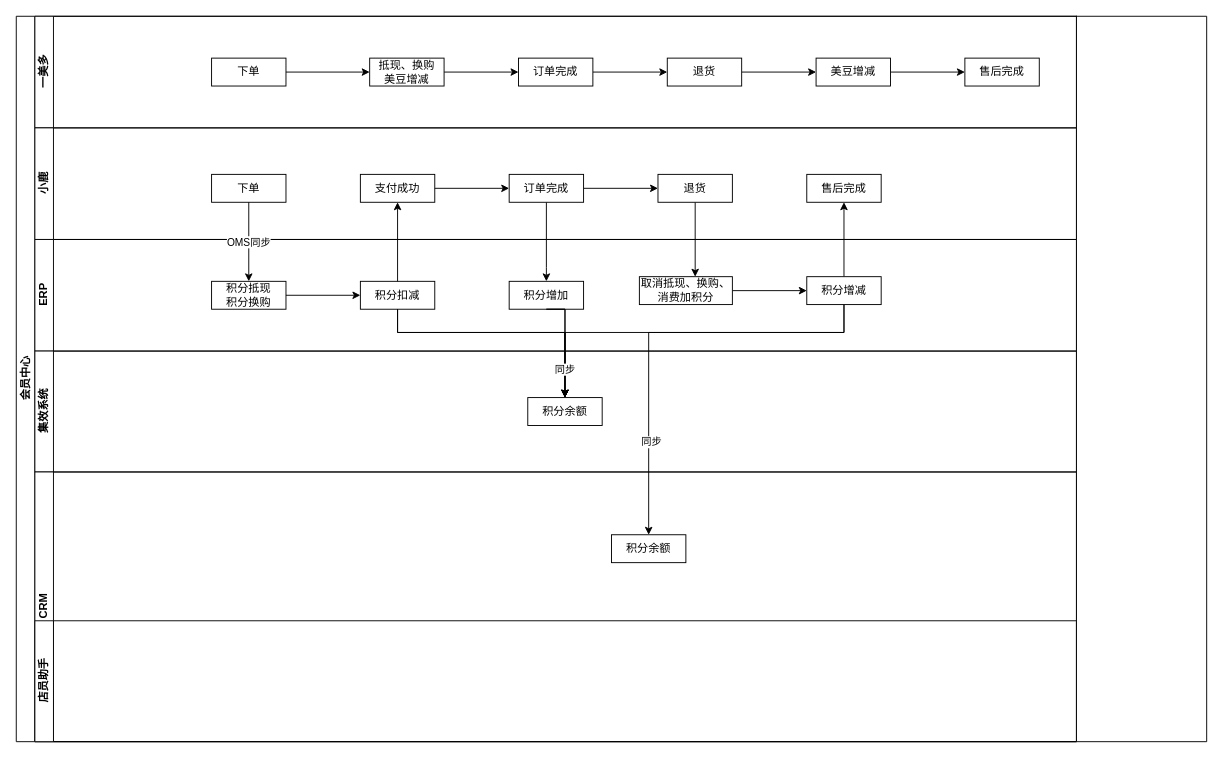
Before: page "Page-1" (1 of 4) of 会员.drawio in JustDoItHilary/HilarysTraining, a draw.io diagram. Source tidied: cells renumbered, new cells numbered last; positions are measured from the earlier drawing's top-left corner, leaving out a move shared by most shapes. Both pictures are drawn from the tidied source at 93%, with x=0, y=0 at pixel (16, 16).
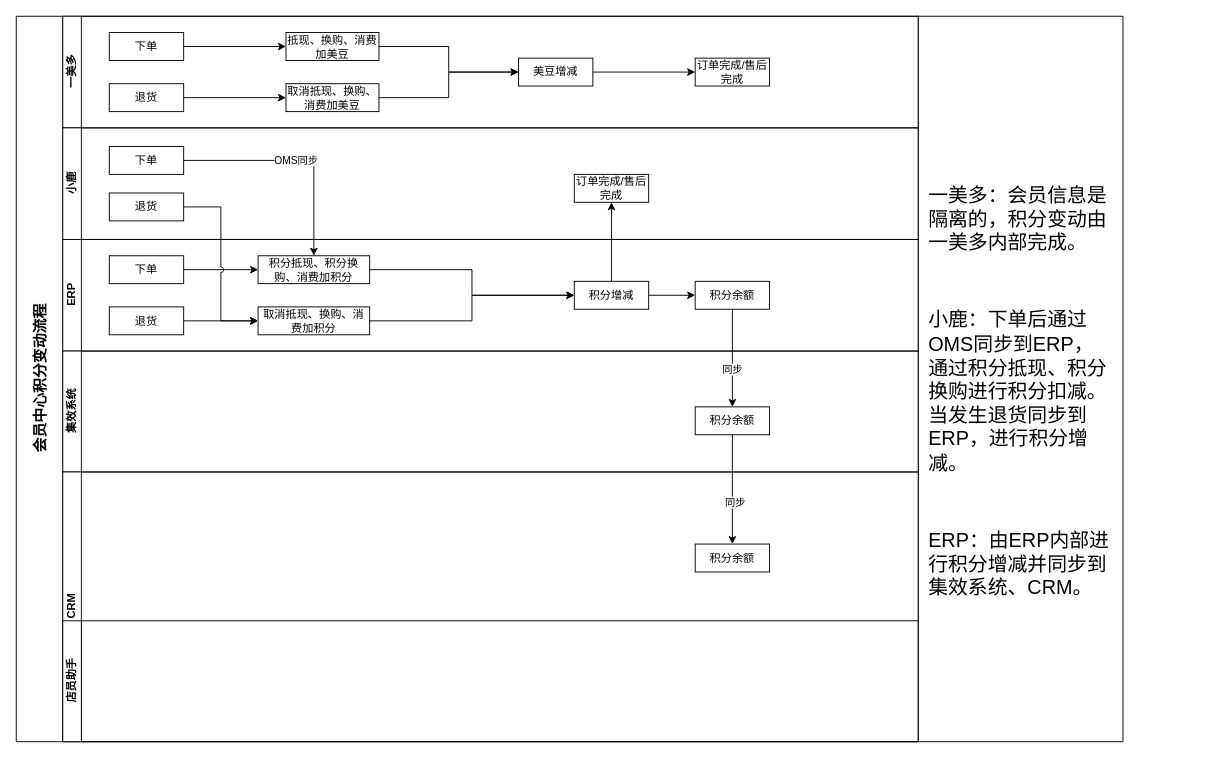
Above is the later version.

The edit, as a diff of the source:
```diff
@@
-    <mxCell id="2" value="会员中心" style="swimlane;html=1;horizontal=0;startSize=20;" parent="1" vertex="1">
-      <mxGeometry width="1140" height="780" as="geometry" />
+    <mxCell id="2" value="&lt;font style=&quot;font-size: 16px&quot;&gt;会员中心积分变动流程&lt;/font&gt;" style="swimlane;html=1;horizontal=0;startSize=50;" parent="1" vertex="1">
+      <mxGeometry width="970" height="780" as="geometry" />
     </mxCell>
     <mxCell id="3" value="一美多" style="swimlane;html=1;startSize=20;horizontal=0;" parent="2" vertex="1">
-      <mxGeometry x="20" width="1120" height="120" as="geometry" />
+      <mxGeometry x="50" width="920" height="120" as="geometry" />
     </mxCell>
     <mxCell id="4" value="下单" style="rounded=0;whiteSpace=wrap;html=1;" parent="3" vertex="1">
-      <mxGeometry x="190" y="45" width="80" height="30" as="geometry" />
+      <mxGeometry x="50" y="17.5" width="80" height="30" as="geometry" />
     </mxCell>
+    <mxCell id="52" style="edgeStyle=orthogonalEdgeStyle;rounded=0;jettySize=auto;html=1;exitX=1;exitY=0.5;exitDx=0;exitDy=0;entryX=0;entryY=0.5;entryDx=0;entryDy=0;strokeColor=#000000;strokeWidth=1;fontColor=#007FFF;" parent="3" edge="1" source="53" target="54">
+      <mxGeometry relative="1" as="geometry" />
+    </mxCell>
+    <mxCell id="53" value="退货" style="rounded=0;whiteSpace=wrap;html=1;" parent="3" vertex="1">
+      <mxGeometry x="50" y="72.5" width="80" height="30" as="geometry" />
+    </mxCell>
+    <mxCell id="24" value="抵现、换购、消费加美豆" style="rounded=0;whiteSpace=wrap;html=1;" parent="3" vertex="1">
+      <mxGeometry x="240" y="17.5" width="100" height="30" as="geometry" />
+    </mxCell>
+    <mxCell id="22" style="edgeStyle=orthogonalEdgeStyle;rounded=0;jettySize=auto;html=1;" parent="3" edge="1" source="4" target="24">
+      <mxGeometry relative="1" as="geometry" />
+    </mxCell>
+    <mxCell id="54" value="取消抵现、换购、消费加美豆" style="rounded=0;whiteSpace=wrap;html=1;" parent="3" vertex="1">
+      <mxGeometry x="240" y="72.5" width="100" height="30" as="geometry" />
+    </mxCell>
+    <mxCell id="31" value="订单完成/售后完成" style="rounded=0;whiteSpace=wrap;html=1;" parent="3" vertex="1">
+      <mxGeometry x="680" y="45" width="80" height="30" as="geometry" />
+    </mxCell>
     <mxCell id="5" value="小鹿" style="swimlane;html=1;startSize=20;horizontal=0;" parent="2" vertex="1">
-      <mxGeometry x="20" y="120" width="1120" height="120" as="geometry" />
+      <mxGeometry x="50" y="120" width="920" height="120" as="geometry" />
     </mxCell>
     <mxCell id="6" value="下单" style="rounded=0;whiteSpace=wrap;html=1;" parent="5" vertex="1">
-      <mxGeometry x="190" y="50" width="80" height="30" as="geometry" />
+      <mxGeometry x="50" y="20" width="80" height="30" as="geometry" />
     </mxCell>
-    <mxCell id="7" value="支付成功" style="rounded=0;whiteSpace=wrap;html=1;" parent="5" vertex="1">
-      <mxGeometry x="350" y="50" width="80" height="30" as="geometry" />
-    </mxCell>
+    <mxCell id="55" value="订单完成/售后完成" style="rounded=0;whiteSpace=wrap;html=1;" parent="5" vertex="1">
+      <mxGeometry x="550" y="50" width="80" height="30" as="geometry" />
+    </mxCell>
+    <mxCell id="37" value="退货" style="rounded=0;whiteSpace=wrap;html=1;" parent="5" vertex="1">
+      <mxGeometry x="50" y="70" width="80" height="30" as="geometry" />
+    </mxCell>
+    <mxCell id="18" value="OMS同步" style="edgeStyle=orthogonalEdgeStyle;rounded=0;jettySize=auto;html=1;" parent="2" edge="1" source="6" target="10">
+      <mxGeometry relative="1" as="geometry" />
+    </mxCell>
+    <mxCell id="19" style="edgeStyle=orthogonalEdgeStyle;rounded=0;jettySize=auto;html=1;exitX=0.5;exitY=0;exitDx=0;exitDy=0;entryX=0.5;entryY=1;entryDx=0;entryDy=0;" parent="2" edge="1" source="11" target="55">
+      <mxGeometry relative="1" as="geometry" />
+    </mxCell>
     <mxCell id="8" value="ERP" style="swimlane;html=1;startSize=20;horizontal=0;" parent="2" vertex="1">
-      <mxGeometry x="20" y="240" width="1120" height="120" as="geometry" />
+      <mxGeometry x="50" y="240" width="920" height="120" as="geometry" />
     </mxCell>
-    <mxCell id="9" value="积分增加" style="rounded=0;whiteSpace=wrap;html=1;" parent="8" vertex="1">
-      <mxGeometry x="510" y="45" width="80" height="30" as="geometry" />
-    </mxCell>
-    <mxCell id="10" value="积分抵现&lt;br&gt;积分换购" style="rounded=0;whiteSpace=wrap;html=1;" parent="8" vertex="1">
-      <mxGeometry x="190" y="45" width="80" height="30" as="geometry" />
+    <mxCell id="10" value="积分抵现、积分换购、消费加积分" style="rounded=0;whiteSpace=wrap;html=1;" parent="8" vertex="1">
+      <mxGeometry x="210" y="17.5" width="120" height="30" as="geometry" />
     </mxCell>
-    <mxCell id="11" value="积分扣减" style="rounded=0;whiteSpace=wrap;html=1;" parent="8" vertex="1">
-      <mxGeometry x="350" y="45" width="80" height="30" as="geometry" />
+    <mxCell id="11" value="积分增减" style="rounded=0;whiteSpace=wrap;html=1;" parent="8" vertex="1">
+      <mxGeometry x="550" y="45" width="80" height="30" as="geometry" />
     </mxCell>
-    <mxCell id="12" style="edgeStyle=orthogonalEdgeStyle;rounded=0;jettySize=auto;html=1;" parent="8" edge="1" source="10" target="11">
+    <mxCell id="12" style="edgeStyle=orthogonalEdgeStyle;rounded=0;jettySize=auto;html=1;entryX=0;entryY=0.5;entryDx=0;entryDy=0;exitX=1;exitY=0.5;exitDx=0;exitDy=0;" parent="8" edge="1" source="10" target="11">
       <mxGeometry relative="1" as="geometry" />
     </mxCell>
+    <mxCell id="39" value="取消抵现、换购、消费加积分" style="rounded=0;whiteSpace=wrap;html=1;" parent="8" vertex="1">
+      <mxGeometry x="210" y="72.5" width="120" height="30" as="geometry" />
+    </mxCell>
+    <mxCell id="56" style="edgeStyle=orthogonalEdgeStyle;rounded=0;jettySize=auto;html=1;exitX=1;exitY=0.5;exitDx=0;exitDy=0;entryX=0;entryY=0.5;entryDx=0;entryDy=0;strokeColor=#000000;strokeWidth=1;fontColor=#007FFF;" parent="8" edge="1" source="39" target="11">
+      <mxGeometry relative="1" as="geometry" />
+    </mxCell>
+    <mxCell id="57" value="积分余额" style="rounded=0;whiteSpace=wrap;html=1;" parent="8" vertex="1">
+      <mxGeometry x="680" y="45" width="80" height="30" as="geometry" />
+    </mxCell>
+    <mxCell id="58" style="edgeStyle=orthogonalEdgeStyle;rounded=0;jettySize=auto;html=1;strokeColor=#000000;strokeWidth=1;fontColor=#007FFF;" parent="8" edge="1" source="11" target="57">
+      <mxGeometry relative="1" as="geometry" />
+    </mxCell>
+    <mxCell id="59" style="edgeStyle=orthogonalEdgeStyle;rounded=0;jettySize=auto;html=1;exitX=1;exitY=0.5;exitDx=0;exitDy=0;entryX=0;entryY=0.5;entryDx=0;entryDy=0;startSize=50;strokeWidth=1;fontColor=#007FFF;" parent="8" edge="1" source="60" target="10">
+      <mxGeometry relative="1" as="geometry" />
+    </mxCell>
+    <mxCell id="60" value="下单" style="rounded=0;whiteSpace=wrap;html=1;" parent="8" vertex="1">
+      <mxGeometry x="50" y="17.5" width="80" height="30" as="geometry" />
+    </mxCell>
+    <mxCell id="61" style="edgeStyle=orthogonalEdgeStyle;rounded=0;jettySize=auto;html=1;exitX=1;exitY=0.5;exitDx=0;exitDy=0;entryX=0;entryY=0.5;entryDx=0;entryDy=0;startSize=50;strokeWidth=1;fontColor=#007FFF;" parent="8" edge="1" source="62" target="39">
+      <mxGeometry relative="1" as="geometry" />
+    </mxCell>
+    <mxCell id="62" value="退货" style="rounded=0;whiteSpace=wrap;html=1;" parent="8" vertex="1">
+      <mxGeometry x="50" y="72.5" width="80" height="30" as="geometry" />
+    </mxCell>
     <mxCell id="13" value="集效系统" style="swimlane;html=1;startSize=20;horizontal=0;" parent="2" vertex="1">
-      <mxGeometry x="20" y="360" width="1120" height="130" as="geometry" />
+      <mxGeometry x="50" y="360" width="920" height="130" as="geometry" />
     </mxCell>
     <mxCell id="14" value="积分余额" style="rounded=0;whiteSpace=wrap;html=1;" parent="13" vertex="1">
-      <mxGeometry x="530" y="50" width="80" height="30" as="geometry" />
+      <mxGeometry x="680" y="60" width="80" height="30" as="geometry" />
     </mxCell>
     <mxCell id="15" value="CRM" style="swimlane;html=1;startSize=20;horizontal=0;" parent="2" vertex="1">
-      <mxGeometry x="20" y="490" width="1120" height="290" as="geometry" />
+      <mxGeometry x="50" y="490" width="920" height="290" as="geometry" />
     </mxCell>
     <mxCell id="16" value="积分余额" style="rounded=0;whiteSpace=wrap;html=1;" parent="15" vertex="1">
-      <mxGeometry x="620" y="67.5" width="80" height="30" as="geometry" />
+      <mxGeometry x="680" y="77.5" width="80" height="30" as="geometry" />
     </mxCell>
     <mxCell id="17" value="店员助手" style="swimlane;html=1;startSize=20;horizontal=0;" parent="15" vertex="1">
-      <mxGeometry y="160" width="1120" height="130" as="geometry" />
+      <mxGeometry y="160" width="920" height="130" as="geometry" />
     </mxCell>
-    <mxCell id="18" value="OMS同步" style="edgeStyle=orthogonalEdgeStyle;rounded=0;jettySize=auto;html=1;" parent="2" edge="1" source="6" target="10">
-      <mxGeometry relative="1" as="geometry" />
-    </mxCell>
-    <mxCell id="19" style="edgeStyle=orthogonalEdgeStyle;rounded=0;jettySize=auto;html=1;" parent="2" edge="1" source="11" target="7">
-      <mxGeometry relative="1" as="geometry" />
-    </mxCell>
-    <mxCell id="20" style="edgeStyle=orthogonalEdgeStyle;rounded=0;jettySize=auto;html=1;entryX=0.5;entryY=0;entryDx=0;entryDy=0;" parent="2" edge="1" source="11" target="14">
-      <mxGeometry relative="1" as="geometry">
-        <Array as="points">
-          <mxPoint x="410" y="340" />
-          <mxPoint x="590" y="340" />
-        </Array>
-      </mxGeometry>
-    </mxCell>
-    <mxCell id="21" style="edgeStyle=orthogonalEdgeStyle;rounded=0;jettySize=auto;html=1;exitX=0.5;exitY=1;exitDx=0;exitDy=0;entryX=0.5;entryY=0;entryDx=0;entryDy=0;" parent="2" edge="1" source="9" target="14">
-      <mxGeometry relative="1" as="geometry">
-        <Array as="points">
-          <mxPoint x="590" y="315" />
-        </Array>
-      </mxGeometry>
-    </mxCell>
-    <mxCell id="22" style="edgeStyle=orthogonalEdgeStyle;rounded=0;jettySize=auto;html=1;" parent="1" edge="1" source="4" target="24">
-      <mxGeometry relative="1" as="geometry" />
-    </mxCell>
+    <mxCell id="63" style="edgeStyle=orthogonalEdgeStyle;rounded=0;jettySize=auto;html=1;exitX=0.5;exitY=1;exitDx=0;exitDy=0;strokeColor=#000000;strokeWidth=1;fontColor=#007FFF;" parent="2" edge="1" source="14" target="16">
+      <mxGeometry relative="1" as="geometry" />
+    </mxCell>
+    <mxCell id="64" value="&lt;font color=&quot;#000000&quot;&gt;同步&lt;/font&gt;" style="edgeLabel;html=1;align=center;verticalAlign=middle;fontColor=#007FFF;" parent="63" vertex="1">
+      <mxGeometry x="0.22" y="2" relative="1" as="geometry" />
+    </mxCell>
+    <mxCell id="65" value="&lt;font color=&quot;#000000&quot;&gt;同步&lt;/font&gt;" style="edgeStyle=orthogonalEdgeStyle;rounded=0;jettySize=auto;html=1;exitX=0.5;exitY=1;exitDx=0;exitDy=0;entryX=0.5;entryY=0;entryDx=0;entryDy=0;strokeColor=#000000;strokeWidth=1;fontColor=#007FFF;" parent="2" edge="1" source="57" target="14">
+      <mxGeometry x="0.24" relative="1" as="geometry" />
+    </mxCell>
+    <mxCell id="36" style="edgeStyle=orthogonalEdgeStyle;rounded=0;jettySize=auto;html=1;exitX=1;exitY=0.5;exitDx=0;exitDy=0;entryX=0;entryY=0.5;entryDx=0;entryDy=0;startSize=50;strokeColor=#000000;strokeWidth=1;fontColor=#007FFF;noJump=0;flowAnimation=0;comic=0;backgroundOutline=0;fixDash=0;snapToPoint=0;shadow=0;sketch=0;jumpStyle=arc;" parent="2" edge="1" source="37" target="39">
+      <mxGeometry relative="1" as="geometry" />
+    </mxCell>
@@
-    <mxCell id="24" value="抵现、换购&lt;br&gt;美豆增减" style="rounded=0;whiteSpace=wrap;html=1;" parent="1" vertex="1">
-      <mxGeometry x="380" y="45" width="80" height="30" as="geometry" />
-    </mxCell>
-    <mxCell id="25" style="edgeStyle=orthogonalEdgeStyle;rounded=0;jettySize=auto;html=1;" parent="1" edge="1" source="26" target="28">
-      <mxGeometry relative="1" as="geometry" />
-    </mxCell>
-    <mxCell id="26" value="订单完成" style="rounded=0;whiteSpace=wrap;html=1;" parent="1" vertex="1">
+    <mxCell id="26" value="美豆增减" style="rounded=0;whiteSpace=wrap;html=1;" parent="1" vertex="1">
       <mxGeometry x="540" y="45" width="80" height="30" as="geometry" />
     </mxCell>
-    <mxCell id="27" style="edgeStyle=orthogonalEdgeStyle;rounded=0;jettySize=auto;html=1;" parent="1" edge="1" source="28" target="30">
-      <mxGeometry relative="1" as="geometry" />
-    </mxCell>
-    <mxCell id="28" value="退货" style="rounded=0;whiteSpace=wrap;html=1;" parent="1" vertex="1">
-      <mxGeometry x="700" y="45" width="80" height="30" as="geometry" />
-    </mxCell>
-    <mxCell id="29" style="edgeStyle=orthogonalEdgeStyle;rounded=0;jettySize=auto;html=1;" parent="1" edge="1" source="30" target="31">
-      <mxGeometry relative="1" as="geometry" />
-    </mxCell>
-    <mxCell id="30" value="美豆增减" style="rounded=0;whiteSpace=wrap;html=1;" parent="1" vertex="1">
-      <mxGeometry x="860" y="45" width="80" height="30" as="geometry" />
-    </mxCell>
-    <mxCell id="31" value="售后完成" style="rounded=0;whiteSpace=wrap;html=1;" parent="1" vertex="1">
-      <mxGeometry x="1020" y="45" width="80" height="30" as="geometry" />
-    </mxCell>
-    <mxCell id="32" style="edgeStyle=orthogonalEdgeStyle;rounded=0;jettySize=auto;html=1;" parent="1" edge="1" source="34" target="9">
-      <mxGeometry relative="1" as="geometry">
-        <Array as="points">
-          <mxPoint x="570" y="270" />
-          <mxPoint x="570" y="270" />
-        </Array>
-      </mxGeometry>
-    </mxCell>
-    <mxCell id="33" style="edgeStyle=orthogonalEdgeStyle;rounded=0;jettySize=auto;html=1;" parent="1" edge="1" source="34" target="37">
-      <mxGeometry relative="1" as="geometry" />
-    </mxCell>
-    <mxCell id="34" value="订单完成" style="rounded=0;whiteSpace=wrap;html=1;" parent="1" vertex="1">
-      <mxGeometry x="530" y="170" width="80" height="30" as="geometry" />
-    </mxCell>
-    <mxCell id="35" style="edgeStyle=orthogonalEdgeStyle;rounded=0;jettySize=auto;html=1;" parent="1" edge="1" source="7" target="34">
-      <mxGeometry relative="1" as="geometry" />
-    </mxCell>
-    <mxCell id="36" style="edgeStyle=orthogonalEdgeStyle;rounded=0;jettySize=auto;html=1;" parent="1" edge="1" source="37" target="39">
-      <mxGeometry relative="1" as="geometry">
-        <Array as="points">
-          <mxPoint x="730" y="240" />
-          <mxPoint x="730" y="240" />
-        </Array>
-      </mxGeometry>
-    </mxCell>
-    <mxCell id="37" value="退货" style="rounded=0;whiteSpace=wrap;html=1;" parent="1" vertex="1">
-      <mxGeometry x="690" y="170" width="80" height="30" as="geometry" />
-    </mxCell>
-    <mxCell id="38" style="edgeStyle=orthogonalEdgeStyle;rounded=0;jettySize=auto;html=1;" parent="1" edge="1" source="39" target="42">
-      <mxGeometry relative="1" as="geometry" />
-    </mxCell>
-    <mxCell id="39" value="取消抵现、换购、消费加积分" style="rounded=0;whiteSpace=wrap;html=1;" parent="1" vertex="1">
-      <mxGeometry x="670" y="280" width="100" height="30" as="geometry" />
-    </mxCell>
-    <mxCell id="40" style="edgeStyle=orthogonalEdgeStyle;rounded=0;jettySize=auto;html=1;" parent="1" edge="1" source="42" target="43">
-      <mxGeometry relative="1" as="geometry" />
-    </mxCell>
-    <mxCell id="41" style="edgeStyle=orthogonalEdgeStyle;rounded=0;jettySize=auto;html=1;exitX=0.5;exitY=1;exitDx=0;exitDy=0;entryX=0.5;entryY=0;entryDx=0;entryDy=0;" parent="1" edge="1" source="42" target="14">
-      <mxGeometry relative="1" as="geometry">
-        <Array as="points">
-          <mxPoint x="890" y="340" />
-          <mxPoint x="590" y="340" />
-        </Array>
-      </mxGeometry>
-    </mxCell>
-    <mxCell id="42" value="积分增减" style="rounded=0;whiteSpace=wrap;html=1;" parent="1" vertex="1">
-      <mxGeometry x="850" y="280" width="80" height="30" as="geometry" />
-    </mxCell>
-    <mxCell id="43" value="售后完成" style="rounded=0;whiteSpace=wrap;html=1;" parent="1" vertex="1">
-      <mxGeometry x="850" y="170" width="80" height="30" as="geometry" />
-    </mxCell>
-    <mxCell id="44" style="edgeStyle=orthogonalEdgeStyle;rounded=0;orthogonalLoop=1;jettySize=auto;html=1;entryX=0.5;entryY=0;entryDx=0;entryDy=0;" parent="1" edge="1">
-      <mxGeometry relative="1" as="geometry">
-        <mxPoint x="410" y="315" as="sourcePoint" />
-        <mxPoint x="590" y="410" as="targetPoint" />
-        <Array as="points">
-          <mxPoint x="410" y="340" />
-          <mxPoint x="590" y="340" />
-        </Array>
-      </mxGeometry>
-    </mxCell>
-    <mxCell id="45" style="edgeStyle=orthogonalEdgeStyle;rounded=0;orthogonalLoop=1;jettySize=auto;html=1;exitX=0.5;exitY=1;exitDx=0;exitDy=0;entryX=0.5;entryY=0;entryDx=0;entryDy=0;" parent="1" edge="1">
-      <mxGeometry relative="1" as="geometry">
-        <mxPoint x="570" y="315" as="sourcePoint" />
-        <mxPoint x="590" y="410" as="targetPoint" />
-        <Array as="points">
-          <mxPoint x="590" y="315" />
-        </Array>
-      </mxGeometry>
-    </mxCell>
-    <mxCell id="46" value="同步" style="edgeLabel;html=1;align=center;verticalAlign=middle;" parent="45" vertex="1">
-      <mxGeometry x="0.48" y="-1" relative="1" as="geometry">
-        <mxPoint y="-1" as="offset" />
-      </mxGeometry>
-    </mxCell>
-    <mxCell id="47" style="edgeStyle=orthogonalEdgeStyle;rounded=0;jettySize=auto;html=1;exitX=0.5;exitY=1;exitDx=0;exitDy=0;entryX=0.5;entryY=0;entryDx=0;entryDy=0;" parent="1" edge="1" target="16">
-      <mxGeometry relative="1" as="geometry">
-        <mxPoint x="890" y="310" as="sourcePoint" />
-        <Array as="points">
-          <mxPoint x="890" y="340" />
-          <mxPoint x="680" y="340" />
-        </Array>
-      </mxGeometry>
-    </mxCell>
-    <mxCell id="48" value="同步" style="edgeLabel;html=1;align=center;verticalAlign=middle;" parent="47" vertex="1">
-      <mxGeometry x="0.56" y="2" relative="1" as="geometry" />
-    </mxCell>
     <mxCell id="49" style="shape=table;html=1;whiteSpace=wrap;startSize=0;childLayout=tableLayout;" parent="1" vertex="1">
-      <mxGeometry x="1140" width="140" height="780" as="geometry" />
+      <mxGeometry x="970" width="220" height="780" as="geometry" />
     </mxCell>
     <mxCell id="50" style="shape=partialRectangle;html=1;whiteSpace=wrap;fillColor=none;top=0;left=0;bottom=0;right=0;" parent="49" vertex="1">
-      <mxGeometry width="140" height="780" as="geometry" />
+      <mxGeometry width="220" height="780" as="geometry" />
     </mxCell>
-    <mxCell id="51" style="shape=partialRectangle;html=1;whiteSpace=wrap;overflow=hidden;fillColor=none;top=0;left=0;bottom=0;right=0;direction=south;" parent="50" vertex="1">
-      <mxGeometry width="140" height="780" as="geometry" />
+    <mxCell id="51" value="&lt;br&gt;&lt;br&gt;&lt;br&gt;&lt;br&gt;&lt;br&gt;&lt;p style=&quot;margin-top: 0pt ; margin-bottom: 0pt ; margin-left: 0in ; text-align: left ; direction: ltr ; unicode-bidi: embed ; word-break: normal&quot;&gt;&lt;span style=&quot;font-size: 16pt ; font-family: &amp;#34;microsoft yahei&amp;#34;&quot;&gt;一美多：&lt;/span&gt;&lt;span style=&quot;font-size: 16pt ; font-family: &amp;#34;microsoft yahei&amp;#34;&quot;&gt;会员信息是隔离&lt;/span&gt;&lt;span style=&quot;font-size: 16pt ; font-family: &amp;#34;microsoft yahei&amp;#34;&quot;&gt;的，&lt;/span&gt;&lt;span style=&quot;font-size: 16pt ; font-family: &amp;#34;microsoft yahei&amp;#34;&quot;&gt;积分变动由一美多内部完成。&lt;/span&gt;&lt;/p&gt;&lt;br&gt;&lt;br&gt;&lt;p style=&quot;margin-top: 0pt ; margin-bottom: 0pt ; margin-left: 0in ; text-align: left ; direction: ltr ; unicode-bidi: embed ; word-break: normal&quot;&gt;&lt;/p&gt;&lt;br&gt;&lt;br&gt;&lt;p style=&quot;margin-top: 0pt ; margin-bottom: 0pt ; margin-left: 0in ; text-align: left ; direction: ltr ; unicode-bidi: embed ; word-break: normal&quot;&gt;&lt;span style=&quot;font-size: 16pt ; font-family: &amp;#34;microsoft yahei&amp;#34;&quot;&gt;小鹿：下单后通过&lt;/span&gt;&lt;span style=&quot;font-size: 16pt ; font-family: &amp;#34;microsoft yahei&amp;#34;&quot;&gt;OMS&lt;/span&gt;&lt;span style=&quot;font-size: 16pt ; font-family: &amp;#34;microsoft yahei&amp;#34;&quot;&gt;同步到&lt;/span&gt;&lt;span style=&quot;font-size: 16pt ; font-family: &amp;#34;microsoft yahei&amp;#34;&quot;&gt;ERP&lt;/span&gt;&lt;span style=&quot;font-size: 16pt ; font-family: &amp;#34;microsoft yahei&amp;#34;&quot;&gt;，通过积分抵现、积分换购进行积分扣减。当发生退货同步到&lt;/span&gt;&lt;span style=&quot;font-size: 16pt ; font-family: &amp;#34;microsoft yahei&amp;#34;&quot;&gt;ERP&lt;/span&gt;&lt;span style=&quot;font-size: 16pt ; font-family: &amp;#34;microsoft yahei&amp;#34;&quot;&gt;，进行积分增减。&lt;/span&gt;&lt;/p&gt;&lt;br&gt;&lt;br&gt;&lt;p style=&quot;margin-top: 0pt ; margin-bottom: 0pt ; margin-left: 0in ; text-align: left ; direction: ltr ; unicode-bidi: embed ; word-break: normal&quot;&gt;&lt;/p&gt;&lt;br&gt;&lt;br&gt;&lt;p style=&quot;margin-top: 0pt ; margin-bottom: 0pt ; margin-left: 0in ; text-align: left ; direction: ltr ; unicode-bidi: embed ; word-break: normal&quot;&gt;&lt;span style=&quot;font-size: 16pt ; font-family: &amp;#34;microsoft yahei&amp;#34;&quot;&gt;ERP&lt;/span&gt;&lt;span style=&quot;font-size: 16pt ; font-family: &amp;#34;microsoft yahei&amp;#34;&quot;&gt;：由&lt;/span&gt;&lt;span style=&quot;font-size: 16pt ; font-family: &amp;#34;microsoft yahei&amp;#34;&quot;&gt;ERP&lt;/span&gt;&lt;span style=&quot;font-size: 16pt ; font-family: &amp;#34;microsoft yahei&amp;#34;&quot;&gt;内部进行积分增减并同步到集效系统、&lt;/span&gt;&lt;span style=&quot;font-size: 16pt ; font-family: &amp;#34;microsoft yahei&amp;#34;&quot;&gt;CRM&lt;/span&gt;&lt;span style=&quot;font-size: 16pt ; font-family: &amp;#34;microsoft yahei&amp;#34;&quot;&gt;。&lt;/span&gt;&lt;/p&gt;&lt;br&gt;&lt;br&gt;&lt;p style=&quot;margin-top: 0pt ; margin-bottom: 0pt ; margin-left: 0in ; text-align: left ; direction: ltr ; unicode-bidi: embed ; word-break: normal&quot;&gt;&lt;/p&gt;&lt;br&gt;" style="shape=partialRectangle;html=1;whiteSpace=wrap;overflow=hidden;fillColor=none;top=0;left=0;bottom=0;right=0;direction=south;spacingLeft=10;spacingRight=10;" parent="50" vertex="1">
+      <mxGeometry width="220" height="780" as="geometry" />
     </mxCell>
+    <mxCell id="66" style="edgeStyle=orthogonalEdgeStyle;rounded=0;jettySize=auto;html=1;exitX=1;exitY=0.5;exitDx=0;exitDy=0;entryX=0;entryY=0.5;entryDx=0;entryDy=0;strokeColor=#000000;strokeWidth=1;fontColor=#007FFF;" parent="1" edge="1" source="54" target="26">
+      <mxGeometry relative="1" as="geometry" />
+    </mxCell>
+    <mxCell id="29" style="edgeStyle=orthogonalEdgeStyle;rounded=0;jettySize=auto;html=1;exitX=1;exitY=0.5;exitDx=0;exitDy=0;" parent="1" edge="1" source="26" target="31">
+      <mxGeometry relative="1" as="geometry" />
+    </mxCell>
```
